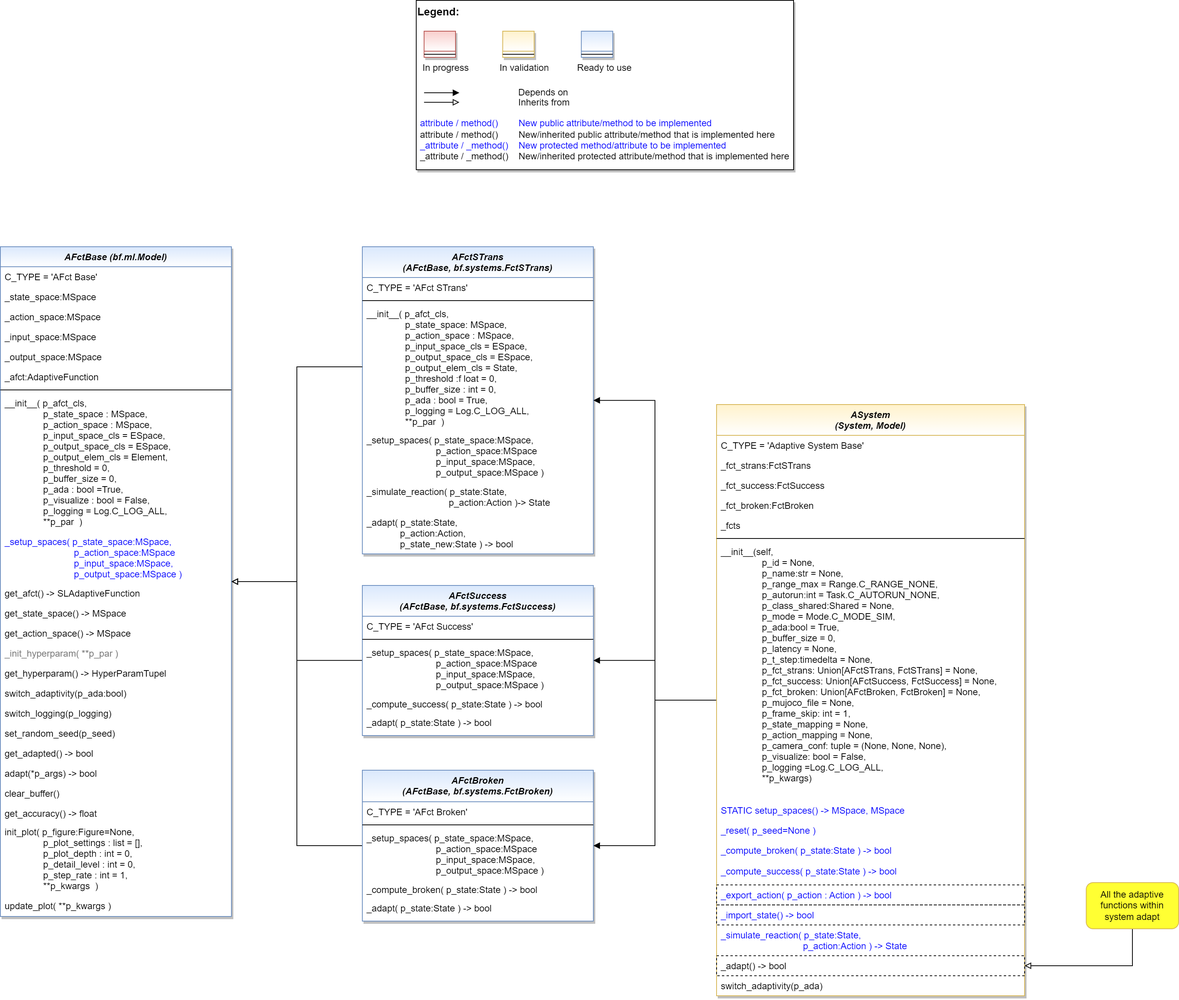
Above: doc/rtd/content/04_appendices/appendix2/sub/core/mlpro_bf/layer4_machine_learning/images/MLPro-BF-ML-Systems_class_diagram.drawio.png in fhswf/MLPro (draw.io), before the change. Source tidied: cells renumbered, new cells last; positions are measured from the earlier drawing's top-left corner, leaving out a move shared by most shapes.
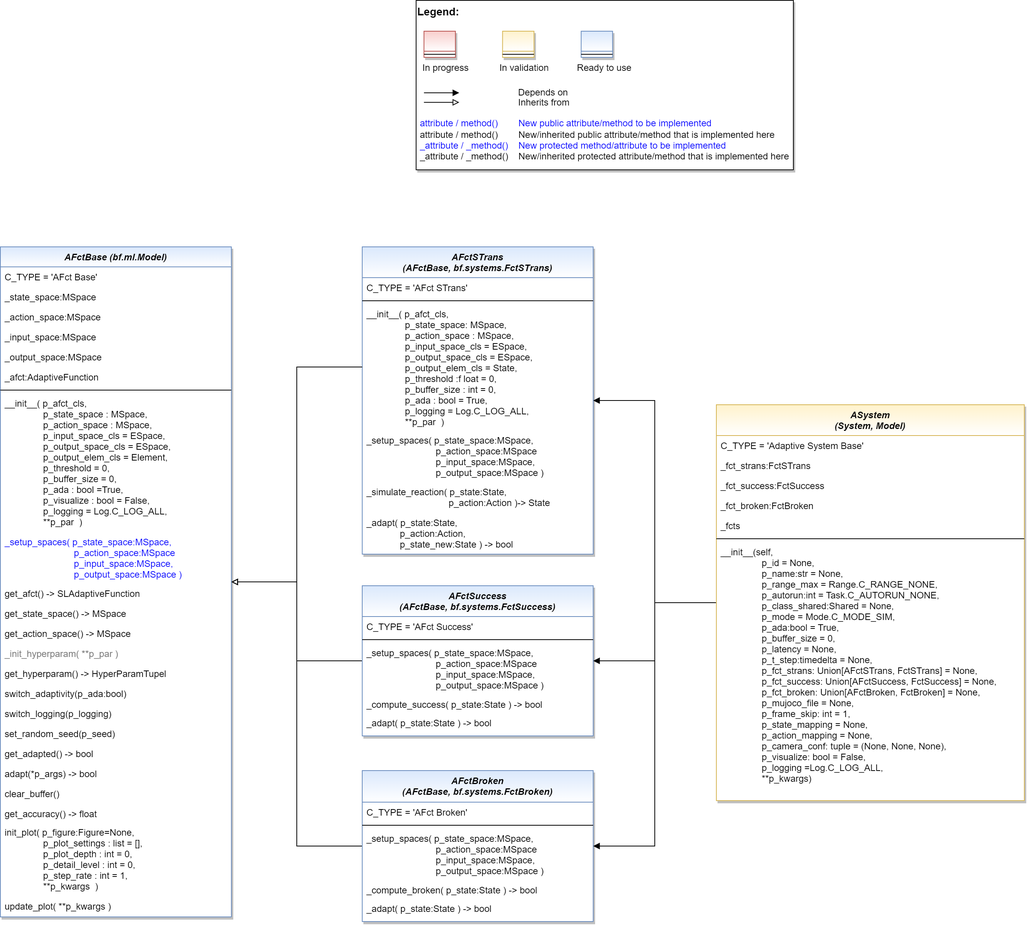
Later version of the same file.

Commit message:
class diagrams updates

The edit, as a diff of the source:
```diff
@@ -12,7 +12,7 @@
       <mxGeometry relative="1" as="geometry" />
     </mxCell>
     <mxCell id="5" value="ASystem&#10;(System, Model)" style="swimlane;fontStyle=3;align=center;verticalAlign=top;horizontal=1;startSize=40;rounded=0;shadow=1;strokeWidth=1;fillColor=#fff2cc;strokeColor=#d6b656;swimlaneFillColor=#ffffff;gradientColor=#FFFFFF;" parent="1" vertex="1">
-      <mxGeometry x="930" y="525" width="400" height="768" as="geometry" />
+      <mxGeometry x="930" y="525" width="400" height="514" as="geometry" />
     </mxCell>
     <mxCell id="6" value="C_TYPE = 'Adaptive System Base'" style="text;align=left;verticalAlign=top;spacingLeft=4;spacingRight=4;overflow=hidden;fontColor=default;" parent="5" vertex="1">
       <mxGeometry y="40" width="400" height="26" as="geometry" />
@@ -35,39 +35,6 @@
     <mxCell id="12" value="__init__(self,&#10;                                 p_id = None,&#10;                                 p_name:str = None,&#10;                                 p_range_max = Range.C_RANGE_NONE,&#10;                                 p_autorun:int = Task.C_AUTORUN_NONE,&#10;                                 p_class_shared:Shared = None,&#10;                                 p_mode = Mode.C_MODE_SIM,&#10;                                 p_ada:bool = True,&#10;                                 p_buffer_size = 0,&#10;                                 p_latency = None,&#10;                                 p_t_step:timedelta = None,&#10;                                 p_fct_strans: Union[AFctSTrans, FctSTrans] = None,&#10;                                 p_fct_success: Union[AFctSuccess, FctSuccess] = None,&#10;                                 p_fct_broken: Union[AFctBroken, FctBroken] = None,&#10;                                 p_mujoco_file = None,&#10;                                 p_frame_skip: int = 1,&#10;                                 p_state_mapping = None,&#10;                                 p_action_mapping = None,&#10;                                 p_camera_conf: tuple = (None, None, None),&#10;                                 p_visualize: bool = False,&#10;                                 p_logging =Log.C_LOG_ALL,            &#10;                                 **p_kwargs)" style="text;align=left;verticalAlign=top;spacingLeft=4;spacingRight=4;overflow=hidden;fontColor=default;" parent="5" vertex="1">
       <mxGeometry y="178" width="400" height="336" as="geometry" />
     </mxCell>
-    <mxCell id="13" value="STATIC setup_spaces() -&gt; MSpace, MSpace" style="text;align=left;verticalAlign=top;spacingLeft=4;spacingRight=4;overflow=hidden;fontColor=#0000FF;" parent="5" vertex="1">
-      <mxGeometry y="514" width="400" height="26" as="geometry" />
-    </mxCell>
-    <mxCell id="14" value="_reset( p_seed=None )" style="text;align=left;verticalAlign=top;spacingLeft=4;spacingRight=4;overflow=hidden;fontColor=#0000FF;" parent="5" vertex="1">
-      <mxGeometry y="540" width="400" height="26" as="geometry" />
-    </mxCell>
-    <mxCell id="15" value="_compute_broken( p_state:State ) -&gt; bool" style="text;align=left;verticalAlign=top;spacingLeft=4;spacingRight=4;overflow=hidden;fontColor=#0000FF;" parent="5" vertex="1">
-      <mxGeometry y="566" width="400" height="27" as="geometry" />
-    </mxCell>
-    <mxCell id="16" value="_compute_success( p_state:State ) -&gt; bool" style="text;align=left;verticalAlign=top;spacingLeft=4;spacingRight=4;overflow=hidden;fontColor=#0000FF;" parent="5" vertex="1">
-      <mxGeometry y="593" width="400" height="31" as="geometry" />
-    </mxCell>
-    <mxCell id="17" value="_export_action( p_action : Action ) -&gt; bool" style="text;align=left;verticalAlign=top;spacingLeft=4;spacingRight=4;overflow=hidden;fontColor=#0000FF;strokeColor=default;dashed=1;" parent="5" vertex="1">
-      <mxGeometry y="624" width="400" height="26" as="geometry" />
-    </mxCell>
-    <mxCell id="18" value="_import_state() -&gt; bool" style="text;align=left;verticalAlign=top;spacingLeft=4;spacingRight=4;overflow=hidden;fontColor=#0000FF;strokeColor=default;dashed=1;" parent="5" vertex="1">
-      <mxGeometry y="650" width="400" height="26" as="geometry" />
-    </mxCell>
-    <mxCell id="19" value="_simulate_reaction( p_state:State, &#10;                                p_action:Action ) -&gt; State" style="text;align=left;verticalAlign=top;spacingLeft=4;spacingRight=4;overflow=hidden;fontColor=#0000FF;" parent="5" vertex="1">
-      <mxGeometry y="676" width="400" height="40" as="geometry" />
-    </mxCell>
-    <mxCell id="20" value="_adapt() -&gt; bool" style="text;align=left;verticalAlign=top;spacingLeft=4;spacingRight=4;overflow=hidden;points=[[0,0.5],[1,0.5]];portConstraint=eastwest;fontColor=default;strokeColor=default;dashed=1;" parent="5" vertex="1">
-      <mxGeometry y="716" width="400" height="26" as="geometry" />
-    </mxCell>
-    <mxCell id="21" value="switch_adaptivity(p_ada)" style="text;align=left;verticalAlign=top;spacingLeft=4;spacingRight=4;overflow=hidden;fontColor=default;" parent="5" vertex="1">
-      <mxGeometry y="742" width="400" height="26" as="geometry" />
-    </mxCell>
-    <mxCell id="22" style="edgeStyle=orthogonalEdgeStyle;rounded=0;jettySize=auto;html=1;fontColor=default;endArrow=block;endFill=0;" parent="1" edge="1" source="23" target="20">
-      <mxGeometry relative="1" as="geometry" />
-    </mxCell>
-    <mxCell id="23" value="All the adaptive functions within system adapt" style="rounded=1;whiteSpace=wrap;html=1;strokeWidth=1;fillColor=#FFFF33;strokeColor=#d6b656;gradientColor=none;" parent="1" vertex="1">
-      <mxGeometry x="1410" y="1146" width="120" height="60" as="geometry" />
-    </mxCell>
     <mxCell id="24" style="group;" parent="1" vertex="1">
       <mxGeometry x="540" width="490" height="220" as="geometry" />
     </mxCell>
```
